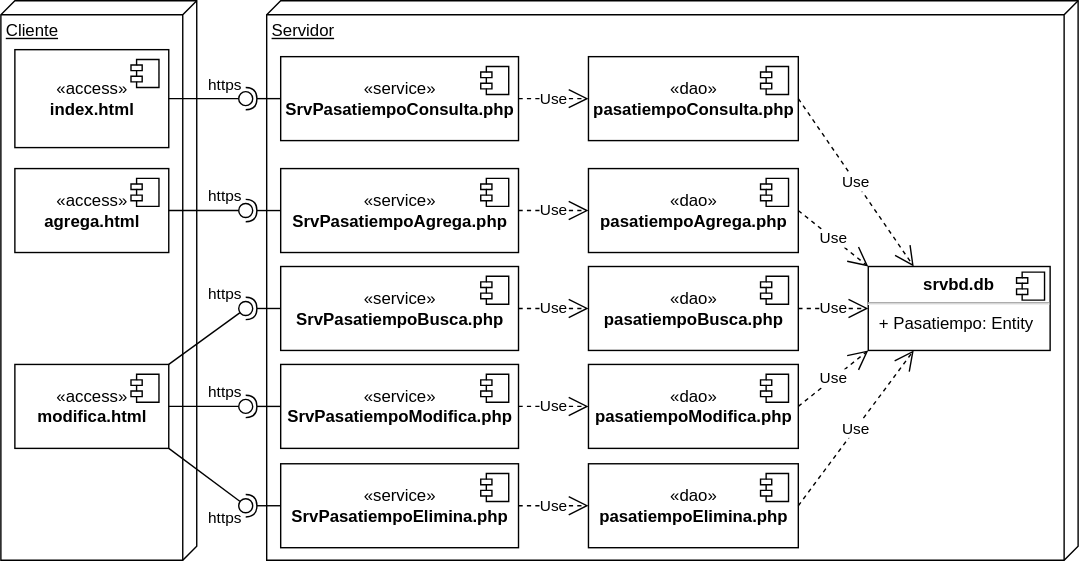
Above: docs/img/m13bd/bddistribucion.drawio.svg in gilpgawoas/gilpgawoas.github.io (draw.io), before the change. Source tidied: cells renumbered, new cells last; positions are measured from the earlier drawing's top-left corner, leaving out a move shared by most shapes. Its diagram source:
```xml
<mxGraphModel>
  <root>
    <mxCell id="0" />
    <mxCell id="1" parent="0" />
    <mxCell id="2" value="Cliente" style="verticalAlign=top;align=left;spacingTop=8;spacingLeft=2;spacingRight=12;shape=cube;size=10;direction=south;fontStyle=4;html=1;" parent="1" vertex="1">
      <mxGeometry width="140" height="400" as="geometry" />
    </mxCell>
    <mxCell id="3" value="«access»&lt;br&gt;&lt;b&gt;index.html&lt;/b&gt;" style="html=1;" parent="1" vertex="1">
      <mxGeometry x="10" y="35" width="110" height="70" as="geometry" />
    </mxCell>
    <mxCell id="4" style="shape=module;jettyWidth=8;jettyHeight=4;" parent="3" vertex="1">
      <mxGeometry x="1" width="20" height="20" relative="1" as="geometry">
        <mxPoint x="-27" y="7" as="offset" />
      </mxGeometry>
    </mxCell>
    <mxCell id="5" value="Servidor" style="verticalAlign=top;align=left;spacingTop=8;spacingLeft=2;spacingRight=12;shape=cube;size=10;direction=south;fontStyle=4;html=1;" parent="1" vertex="1">
      <mxGeometry x="190" width="580" height="400" as="geometry" />
    </mxCell>
    <mxCell id="6" value="«service»&lt;br&gt;&lt;b&gt;SrvPasatiempoConsulta.php&lt;/b&gt;" style="html=1;" parent="1" vertex="1">
      <mxGeometry x="200" y="40" width="170" height="60" as="geometry" />
    </mxCell>
    <mxCell id="7" style="shape=module;jettyWidth=8;jettyHeight=4;" parent="6" vertex="1">
      <mxGeometry x="1" width="20" height="20" relative="1" as="geometry">
        <mxPoint x="-27" y="7" as="offset" />
      </mxGeometry>
    </mxCell>
    <mxCell id="8" value="«dao»&lt;br&gt;&lt;b&gt;pasatiempoModifica.php&lt;/b&gt;" style="html=1;" parent="1" vertex="1">
      <mxGeometry x="420" y="260" width="150" height="60" as="geometry" />
    </mxCell>
    <mxCell id="9" style="shape=module;jettyWidth=8;jettyHeight=4;" parent="8" vertex="1">
      <mxGeometry x="1" width="20" height="20" relative="1" as="geometry">
        <mxPoint x="-27" y="7" as="offset" />
      </mxGeometry>
    </mxCell>
    <mxCell id="10" value="«dao»&lt;br&gt;&lt;b&gt;pasatiempoElimina.php&lt;/b&gt;" style="html=1;" parent="1" vertex="1">
      <mxGeometry x="420" y="331" width="150" height="60" as="geometry" />
    </mxCell>
    <mxCell id="11" style="shape=module;jettyWidth=8;jettyHeight=4;" parent="10" vertex="1">
      <mxGeometry x="1" width="20" height="20" relative="1" as="geometry">
        <mxPoint x="-27" y="7" as="offset" />
      </mxGeometry>
    </mxCell>
    <mxCell id="12" value="Use" style="endArrow=open;endSize=12;dashed=1;html=1;rounded=0;entryX=0;entryY=0.5;entryDx=0;entryDy=0;exitX=1;exitY=0.5;exitDx=0;exitDy=0;" parent="1" edge="1" source="6" target="30">
      <mxGeometry relative="1" as="geometry" />
    </mxCell>
    <mxCell id="13" value="Use" style="endArrow=open;endSize=12;dashed=1;html=1;rounded=0;entryX=0;entryY=0.5;entryDx=0;entryDy=0;exitX=1;exitY=0.5;exitDx=0;exitDy=0;" parent="1" edge="1" source="38" target="10">
      <mxGeometry relative="1" as="geometry" />
    </mxCell>
    <mxCell id="14" value="Use" style="endArrow=open;endSize=12;dashed=1;html=1;rounded=0;exitX=1;exitY=0.5;exitDx=0;exitDy=0;entryX=0;entryY=1;entryDx=0;entryDy=0;" parent="1" edge="1" source="8" target="16">
      <mxGeometry relative="1" as="geometry" />
    </mxCell>
    <mxCell id="15" value="Use" style="endArrow=open;endSize=12;dashed=1;html=1;rounded=0;entryX=0.25;entryY=1;entryDx=0;entryDy=0;exitX=1;exitY=0.5;exitDx=0;exitDy=0;" parent="1" edge="1" source="10" target="16">
      <mxGeometry relative="1" as="geometry" />
    </mxCell>
    <mxCell id="16" value="&lt;p style=&quot;margin:0px;margin-top:6px;text-align:center;&quot;&gt;&lt;b&gt;srvbd.db&lt;/b&gt;&lt;/p&gt;&lt;hr&gt;&lt;p style=&quot;margin:0px;margin-left:8px;&quot;&gt;+ Pasatiempo: Entity&lt;/p&gt;" style="align=left;overflow=fill;html=1;" parent="1" vertex="1">
      <mxGeometry x="620" y="190" width="130" height="60" as="geometry" />
    </mxCell>
    <mxCell id="17" style="shape=component;jettyWidth=8;jettyHeight=4;" parent="16" vertex="1">
      <mxGeometry x="1" width="20" height="20" relative="1" as="geometry">
        <mxPoint x="-24" y="4" as="offset" />
      </mxGeometry>
    </mxCell>
    <mxCell id="18" value="«dao»&lt;br&gt;&lt;b&gt;pasatiempoAgrega.php&lt;/b&gt;" style="html=1;" parent="1" vertex="1">
      <mxGeometry x="420" y="120" width="150" height="60" as="geometry" />
    </mxCell>
    <mxCell id="19" style="shape=module;jettyWidth=8;jettyHeight=4;" parent="18" vertex="1">
      <mxGeometry x="1" width="20" height="20" relative="1" as="geometry">
        <mxPoint x="-27" y="7" as="offset" />
      </mxGeometry>
    </mxCell>
    <mxCell id="20" value="«dao»&lt;br&gt;&lt;b&gt;pasatiempoBusca.php&lt;/b&gt;" style="html=1;" parent="1" vertex="1">
      <mxGeometry x="420" y="190" width="150" height="60" as="geometry" />
    </mxCell>
    <mxCell id="21" style="shape=module;jettyWidth=8;jettyHeight=4;" parent="20" vertex="1">
      <mxGeometry x="1" width="20" height="20" relative="1" as="geometry">
        <mxPoint x="-27" y="7" as="offset" />
      </mxGeometry>
    </mxCell>
    <mxCell id="22" value="Use" style="endArrow=open;endSize=12;dashed=1;html=1;rounded=0;exitX=1;exitY=0.5;exitDx=0;exitDy=0;entryX=0;entryY=0;entryDx=0;entryDy=0;" parent="1" edge="1" source="18" target="16">
      <mxGeometry relative="1" as="geometry" />
    </mxCell>
    <mxCell id="23" value="Use" style="endArrow=open;endSize=12;dashed=1;html=1;rounded=0;exitX=1;exitY=0.5;exitDx=0;exitDy=0;entryX=0;entryY=0.5;entryDx=0;entryDy=0;" parent="1" edge="1" source="20" target="16">
      <mxGeometry relative="1" as="geometry" />
    </mxCell>
    <mxCell id="24" value="Use" style="endArrow=open;endSize=12;dashed=1;html=1;rounded=0;entryX=0;entryY=0.5;entryDx=0;entryDy=0;exitX=1;exitY=0.5;exitDx=0;exitDy=0;" parent="1" edge="1" source="34" target="20">
      <mxGeometry relative="1" as="geometry" />
    </mxCell>
    <mxCell id="25" value="Use" style="endArrow=open;endSize=12;dashed=1;html=1;rounded=0;entryX=0;entryY=0.5;entryDx=0;entryDy=0;exitX=1;exitY=0.5;exitDx=0;exitDy=0;" parent="1" edge="1" source="36" target="8">
      <mxGeometry relative="1" as="geometry" />
    </mxCell>
    <mxCell id="26" value="«access»&lt;br&gt;&lt;b&gt;agrega.html&lt;/b&gt;" style="html=1;" parent="1" vertex="1">
      <mxGeometry x="10" y="120" width="110" height="60" as="geometry" />
    </mxCell>
    <mxCell id="27" style="shape=module;jettyWidth=8;jettyHeight=4;" parent="26" vertex="1">
      <mxGeometry x="1" width="20" height="20" relative="1" as="geometry">
        <mxPoint x="-27" y="7" as="offset" />
      </mxGeometry>
    </mxCell>
    <mxCell id="28" value="«access»&lt;br&gt;&lt;b&gt;modifica.html&lt;/b&gt;" style="html=1;" parent="1" vertex="1">
      <mxGeometry x="10" y="260" width="110" height="60" as="geometry" />
    </mxCell>
    <mxCell id="29" style="shape=module;jettyWidth=8;jettyHeight=4;" parent="28" vertex="1">
      <mxGeometry x="1" width="20" height="20" relative="1" as="geometry">
        <mxPoint x="-27" y="7" as="offset" />
      </mxGeometry>
    </mxCell>
    <mxCell id="30" value="«dao»&lt;br&gt;&lt;b&gt;pasatiempoConsulta.php&lt;/b&gt;" style="html=1;" parent="1" vertex="1">
      <mxGeometry x="420" y="40" width="150" height="60" as="geometry" />
    </mxCell>
    <mxCell id="31" style="shape=module;jettyWidth=8;jettyHeight=4;" parent="30" vertex="1">
      <mxGeometry x="1" width="20" height="20" relative="1" as="geometry">
        <mxPoint x="-27" y="7" as="offset" />
      </mxGeometry>
    </mxCell>
    <mxCell id="32" value="«service»&lt;br&gt;&lt;b&gt;SrvPasatiempoAgrega.php&lt;/b&gt;" style="html=1;" parent="1" vertex="1">
      <mxGeometry x="200" y="120" width="170" height="60" as="geometry" />
    </mxCell>
    <mxCell id="33" style="shape=module;jettyWidth=8;jettyHeight=4;" parent="32" vertex="1">
      <mxGeometry x="1" width="20" height="20" relative="1" as="geometry">
        <mxPoint x="-27" y="7" as="offset" />
      </mxGeometry>
    </mxCell>
    <mxCell id="34" value="«service»&lt;br&gt;&lt;b&gt;SrvPasatiempoBusca.php&lt;/b&gt;" style="html=1;" parent="1" vertex="1">
      <mxGeometry x="200" y="190" width="170" height="60" as="geometry" />
    </mxCell>
    <mxCell id="35" style="shape=module;jettyWidth=8;jettyHeight=4;" parent="34" vertex="1">
      <mxGeometry x="1" width="20" height="20" relative="1" as="geometry">
        <mxPoint x="-27" y="7" as="offset" />
      </mxGeometry>
    </mxCell>
    <mxCell id="36" value="«service»&lt;br&gt;&lt;b&gt;SrvPasatiempoModifica.php&lt;/b&gt;" style="html=1;" parent="1" vertex="1">
      <mxGeometry x="200" y="260" width="170" height="60" as="geometry" />
    </mxCell>
    <mxCell id="37" style="shape=module;jettyWidth=8;jettyHeight=4;" parent="36" vertex="1">
      <mxGeometry x="1" width="20" height="20" relative="1" as="geometry">
        <mxPoint x="-27" y="7" as="offset" />
      </mxGeometry>
    </mxCell>
    <mxCell id="38" value="«service»&lt;br&gt;&lt;b&gt;SrvPasatiempoElimina.php&lt;/b&gt;" style="html=1;" parent="1" vertex="1">
      <mxGeometry x="200" y="331" width="170" height="60" as="geometry" />
    </mxCell>
    <mxCell id="39" style="shape=module;jettyWidth=8;jettyHeight=4;" parent="38" vertex="1">
      <mxGeometry x="1" width="20" height="20" relative="1" as="geometry">
        <mxPoint x="-27" y="7" as="offset" />
      </mxGeometry>
    </mxCell>
    <mxCell id="40" value="Use" style="endArrow=open;endSize=12;dashed=1;html=1;rounded=0;entryX=0;entryY=0.5;entryDx=0;entryDy=0;exitX=1;exitY=0.5;exitDx=0;exitDy=0;" parent="1" edge="1" source="32" target="18">
      <mxGeometry relative="1" as="geometry" />
    </mxCell>
    <mxCell id="41" value="Use" style="endArrow=open;endSize=12;dashed=1;html=1;rounded=0;exitX=1;exitY=0.5;exitDx=0;exitDy=0;entryX=0.25;entryY=0;entryDx=0;entryDy=0;" parent="1" edge="1" source="30" target="16">
      <mxGeometry relative="1" as="geometry" />
    </mxCell>
    <mxCell id="42" value="https" style="rounded=0;jettySize=auto;html=1;endArrow=none;endFill=0;sketch=0;sourcePerimeterSpacing=0;targetPerimeterSpacing=0;exitX=1;exitY=0;exitDx=0;exitDy=0;" parent="1" edge="1" source="28" target="44">
      <mxGeometry x="0.96" y="17" relative="1" as="geometry" />
    </mxCell>
    <mxCell id="43" style="rounded=0;jettySize=auto;html=1;endArrow=halfCircle;endFill=0;entryX=0.5;entryY=0.5;endSize=6;strokeWidth=1;sketch=0;exitX=0;exitY=0.5;exitDx=0;exitDy=0;" parent="1" edge="1" source="34" target="44">
      <mxGeometry relative="1" as="geometry" />
    </mxCell>
    <mxCell id="44" style="ellipse;whiteSpace=wrap;html=1;align=center;points=[];outlineConnect=0;sketch=0;" parent="1" vertex="1">
      <mxGeometry x="170" y="215" width="10" height="10" as="geometry" />
    </mxCell>
    <mxCell id="45" value="https" style="rounded=0;jettySize=auto;html=1;endArrow=none;endFill=0;sketch=0;sourcePerimeterSpacing=0;targetPerimeterSpacing=0;exitX=1;exitY=0.5;exitDx=0;exitDy=0;" parent="1" edge="1" source="28" target="47">
      <mxGeometry x="0.6" y="10" relative="1" as="geometry" />
    </mxCell>
    <mxCell id="46" style="rounded=0;jettySize=auto;html=1;endArrow=halfCircle;endFill=0;entryX=0.5;entryY=0.5;endSize=6;strokeWidth=1;sketch=0;exitX=0;exitY=0.5;exitDx=0;exitDy=0;" parent="1" edge="1" source="36" target="47">
      <mxGeometry relative="1" as="geometry" />
    </mxCell>
    <mxCell id="47" style="ellipse;whiteSpace=wrap;html=1;align=center;points=[];outlineConnect=0;sketch=0;" parent="1" vertex="1">
      <mxGeometry x="170" y="285" width="10" height="10" as="geometry" />
    </mxCell>
    <mxCell id="48" value="https" style="rounded=0;jettySize=auto;html=1;endArrow=none;endFill=0;sketch=0;sourcePerimeterSpacing=0;targetPerimeterSpacing=0;exitX=1;exitY=1;exitDx=0;exitDy=0;" parent="1" edge="1" source="28" target="50">
      <mxGeometry x="0.95" y="-16" relative="1" as="geometry" />
    </mxCell>
    <mxCell id="49" style="rounded=0;jettySize=auto;html=1;endArrow=halfCircle;endFill=0;entryX=0.5;entryY=0.5;endSize=6;strokeWidth=1;sketch=0;exitX=0;exitY=0.5;exitDx=0;exitDy=0;" parent="1" edge="1" source="38" target="50">
      <mxGeometry relative="1" as="geometry" />
    </mxCell>
    <mxCell id="50" style="ellipse;whiteSpace=wrap;html=1;align=center;points=[];outlineConnect=0;sketch=0;" parent="1" vertex="1">
      <mxGeometry x="170" y="356" width="10" height="10" as="geometry" />
    </mxCell>
    <mxCell id="51" value="https" style="rounded=0;jettySize=auto;html=1;endArrow=none;endFill=0;sketch=0;sourcePerimeterSpacing=0;targetPerimeterSpacing=0;exitX=1;exitY=0.5;exitDx=0;exitDy=0;" parent="1" edge="1" source="26" target="53">
      <mxGeometry x="0.6" y="10" relative="1" as="geometry" />
    </mxCell>
    <mxCell id="52" style="rounded=0;jettySize=auto;html=1;endArrow=halfCircle;endFill=0;entryX=0.5;entryY=0.5;endSize=6;strokeWidth=1;sketch=0;exitX=0;exitY=0.5;exitDx=0;exitDy=0;" parent="1" edge="1" source="32" target="53">
      <mxGeometry relative="1" as="geometry" />
    </mxCell>
    <mxCell id="53" style="ellipse;whiteSpace=wrap;html=1;align=center;points=[];outlineConnect=0;sketch=0;" parent="1" vertex="1">
      <mxGeometry x="170" y="145" width="10" height="10" as="geometry" />
    </mxCell>
    <mxCell id="54" value="https" style="rounded=0;jettySize=auto;html=1;endArrow=none;endFill=0;sketch=0;sourcePerimeterSpacing=0;targetPerimeterSpacing=0;exitX=1;exitY=0.5;exitDx=0;exitDy=0;" parent="1" edge="1" source="3" target="56">
      <mxGeometry x="0.6" y="10" relative="1" as="geometry" />
    </mxCell>
    <mxCell id="55" style="rounded=0;jettySize=auto;html=1;endArrow=halfCircle;endFill=0;entryX=0.5;entryY=0.5;endSize=6;strokeWidth=1;sketch=0;exitX=0;exitY=0.5;exitDx=0;exitDy=0;" parent="1" edge="1" source="6" target="56">
      <mxGeometry relative="1" as="geometry" />
    </mxCell>
    <mxCell id="56" style="ellipse;whiteSpace=wrap;html=1;align=center;points=[];outlineConnect=0;sketch=0;" parent="1" vertex="1">
      <mxGeometry x="170" y="65" width="10" height="10" as="geometry" />
    </mxCell>
  </root>
</mxGraphModel>
```
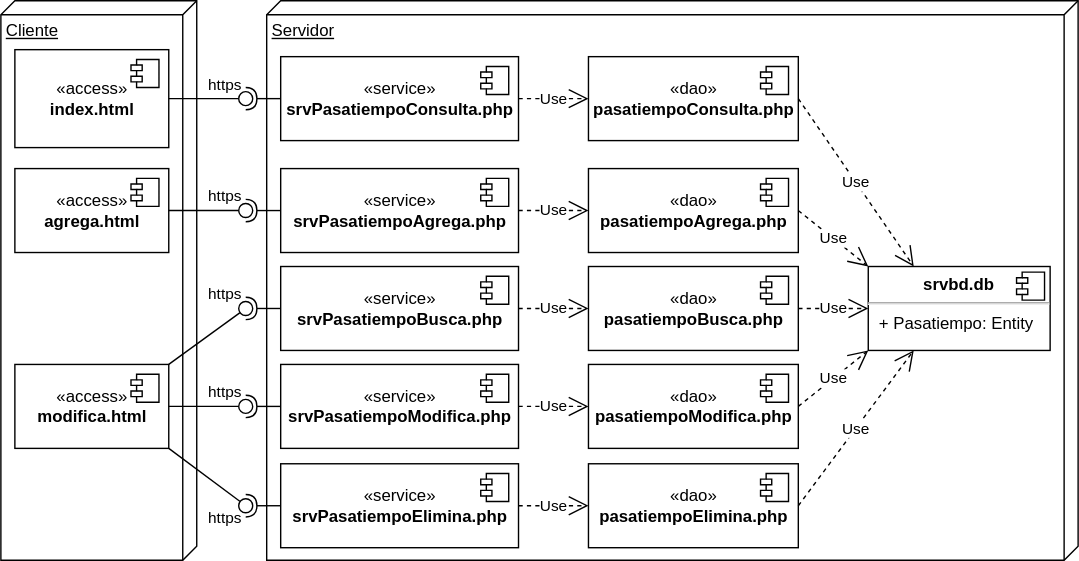
Above is the later version.

Diff of the diagram source:
```diff
@@ -16,7 +16,7 @@
     <mxCell id="5" value="Servidor" style="verticalAlign=top;align=left;spacingTop=8;spacingLeft=2;spacingRight=12;shape=cube;size=10;direction=south;fontStyle=4;html=1;" parent="1" vertex="1">
       <mxGeometry x="190" width="580" height="400" as="geometry" />
     </mxCell>
-    <mxCell id="6" value="«service»&lt;br&gt;&lt;b&gt;SrvPasatiempoConsulta.php&lt;/b&gt;" style="html=1;" parent="1" vertex="1">
+    <mxCell id="6" value="«service»&lt;br&gt;&lt;b&gt;srvPasatiempoConsulta.php&lt;/b&gt;" style="html=1;" parent="1" vertex="1">
       <mxGeometry x="200" y="40" width="170" height="60" as="geometry" />
     </mxCell>
     <mxCell id="7" style="shape=module;jettyWidth=8;jettyHeight=4;" parent="6" vertex="1">
@@ -112,7 +112,7 @@
         <mxPoint x="-27" y="7" as="offset" />
       </mxGeometry>
     </mxCell>
-    <mxCell id="32" value="«service»&lt;br&gt;&lt;b&gt;SrvPasatiempoAgrega.php&lt;/b&gt;" style="html=1;" parent="1" vertex="1">
+    <mxCell id="32" value="«service»&lt;br&gt;&lt;b&gt;srvPasatiempoAgrega.php&lt;/b&gt;" style="html=1;" parent="1" vertex="1">
       <mxGeometry x="200" y="120" width="170" height="60" as="geometry" />
     </mxCell>
     <mxCell id="33" style="shape=module;jettyWidth=8;jettyHeight=4;" parent="32" vertex="1">
@@ -120,7 +120,7 @@
         <mxPoint x="-27" y="7" as="offset" />
       </mxGeometry>
     </mxCell>
-    <mxCell id="34" value="«service»&lt;br&gt;&lt;b&gt;SrvPasatiempoBusca.php&lt;/b&gt;" style="html=1;" parent="1" vertex="1">
+    <mxCell id="34" value="«service»&lt;br&gt;&lt;b&gt;srvPasatiempoBusca.php&lt;/b&gt;" style="html=1;" parent="1" vertex="1">
       <mxGeometry x="200" y="190" width="170" height="60" as="geometry" />
     </mxCell>
     <mxCell id="35" style="shape=module;jettyWidth=8;jettyHeight=4;" parent="34" vertex="1">
@@ -128,7 +128,7 @@
         <mxPoint x="-27" y="7" as="offset" />
       </mxGeometry>
     </mxCell>
-    <mxCell id="36" value="«service»&lt;br&gt;&lt;b&gt;SrvPasatiempoModifica.php&lt;/b&gt;" style="html=1;" parent="1" vertex="1">
+    <mxCell id="36" value="«service»&lt;br&gt;&lt;b&gt;srvPasatiempoModifica.php&lt;/b&gt;" style="html=1;" parent="1" vertex="1">
       <mxGeometry x="200" y="260" width="170" height="60" as="geometry" />
     </mxCell>
     <mxCell id="37" style="shape=module;jettyWidth=8;jettyHeight=4;" parent="36" vertex="1">
@@ -136,7 +136,7 @@
         <mxPoint x="-27" y="7" as="offset" />
       </mxGeometry>
     </mxCell>
-    <mxCell id="38" value="«service»&lt;br&gt;&lt;b&gt;SrvPasatiempoElimina.php&lt;/b&gt;" style="html=1;" parent="1" vertex="1">
+    <mxCell id="38" value="«service»&lt;br&gt;&lt;b&gt;srvPasatiempoElimina.php&lt;/b&gt;" style="html=1;" parent="1" vertex="1">
       <mxGeometry x="200" y="331" width="170" height="60" as="geometry" />
     </mxCell>
     <mxCell id="39" style="shape=module;jettyWidth=8;jettyHeight=4;" parent="38" vertex="1">
```
